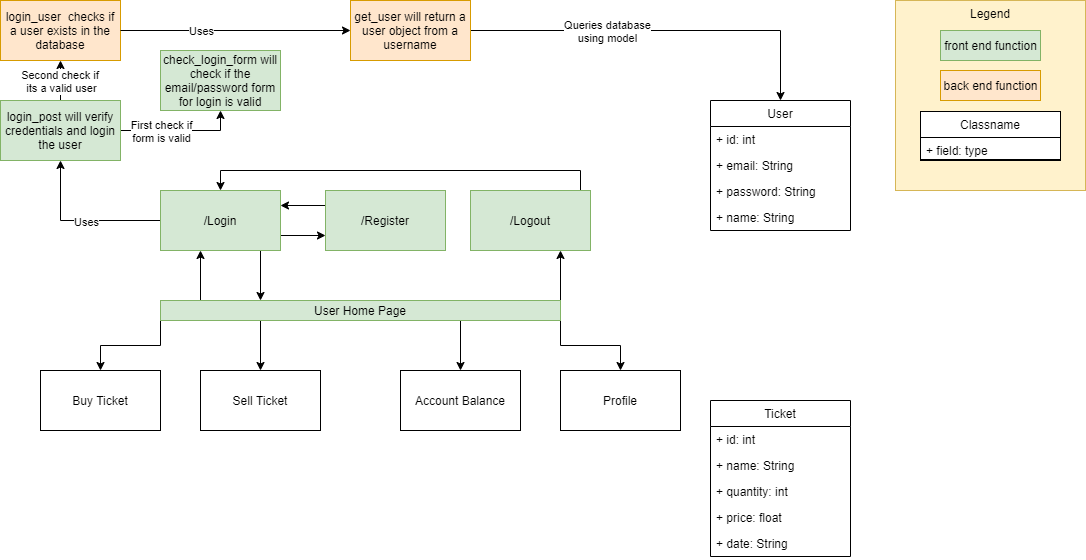
This is Design_Diagram.png from awebsters/SeetGeak-Quality-Assurance-Example, a draw.io export, as it was before one commit. Source tidied: cells renumbered, new cells last; positions are measured from the earlier drawing's top-left corner, leaving out a move shared by most shapes.
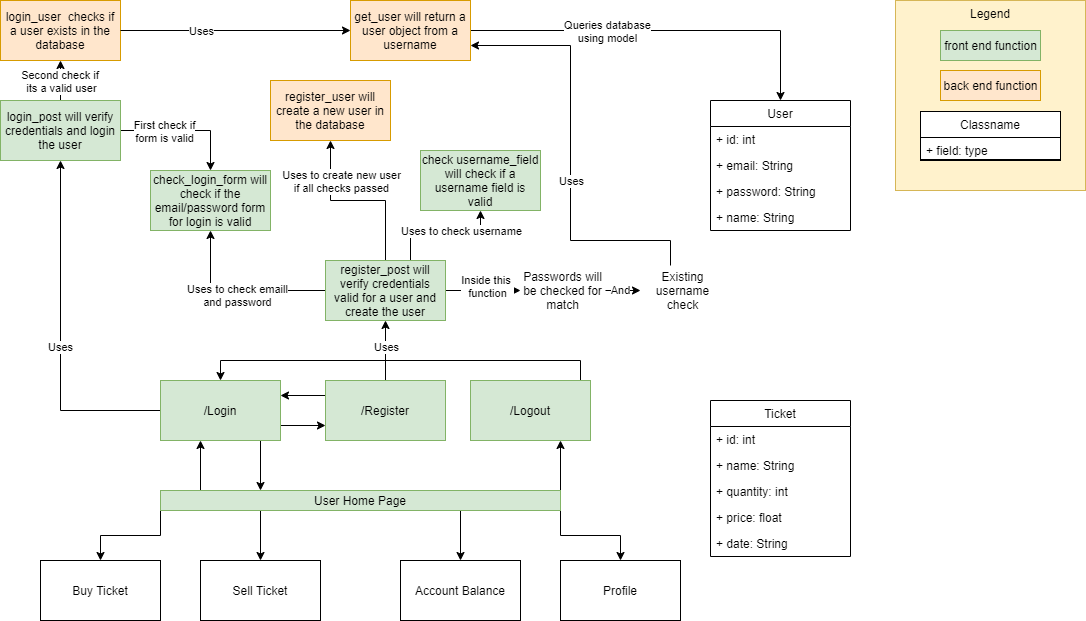
The same file after the commit.

Change to the diagram source:
```diff
@@ -11,12 +11,14 @@
     <mxCell id="4" style="edgeStyle=orthogonalEdgeStyle;rounded=0;jettySize=auto;html=1;exitX=0.25;exitY=0;exitDx=0;exitDy=0;" parent="1" edge="1" source="10" target="15">
       <mxGeometry relative="1" as="geometry">
         <Array as="points">
-          <mxPoint x="200" y="300" />
+          <mxPoint x="200" y="490" />
         </Array>
       </mxGeometry>
     </mxCell>
-    <mxCell id="5" style="edgeStyle=orthogonalEdgeStyle;rounded=0;jettySize=auto;html=1;exitX=0;exitY=1;exitDx=0;exitDy=0;entryX=0.5;entryY=0;entryDx=0;entryDy=0;" parent="1" edge="1" source="10" target="20">
-      <mxGeometry relative="1" as="geometry" />
+    <mxCell id="5" style="edgeStyle=orthogonalEdgeStyle;rounded=0;jettySize=auto;html=1;exitX=0;exitY=1;exitDx=0;exitDy=0;entryX=0.5;entryY=0;entryDx=0;entryDy=0;" parent="1" edge="1" source="10">
+      <mxGeometry relative="1" as="geometry">
+        <mxPoint x="100" y="560" as="targetPoint" />
+      </mxGeometry>
     </mxCell>
     <mxCell id="6" style="edgeStyle=orthogonalEdgeStyle;rounded=0;jettySize=auto;html=1;exitX=0.25;exitY=1;exitDx=0;exitDy=0;entryX=0.5;entryY=0;entryDx=0;entryDy=0;" parent="1" edge="1" source="10" target="21">
       <mxGeometry relative="1" as="geometry" />
@@ -31,12 +33,12 @@
       <mxGeometry relative="1" as="geometry" />
     </mxCell>
     <mxCell id="10" value="User Home Page" style="rounded=0;whiteSpace=wrap;html=1;fillColor=#d5e8d4;strokeColor=#82b366;" parent="1" vertex="1">
-      <mxGeometry x="160" y="300" width="400" height="20" as="geometry" />
+      <mxGeometry x="160" y="490" width="400" height="20" as="geometry" />
     </mxCell>
     <mxCell id="11" style="edgeStyle=orthogonalEdgeStyle;rounded=0;jettySize=auto;html=1;exitX=0.75;exitY=1;exitDx=0;exitDy=0;entryX=0.25;entryY=0;entryDx=0;entryDy=0;" parent="1" edge="1" source="15" target="10">
       <mxGeometry relative="1" as="geometry">
         <Array as="points">
-          <mxPoint x="260" y="250" />
+          <mxPoint x="260" y="440" />
         </Array>
       </mxGeometry>
     </mxCell>
@@ -50,39 +52,51 @@
       <mxGeometry x="-0.06" y="1" relative="1" as="geometry" />
     </mxCell>
     <mxCell id="15" value="/Login" style="rounded=0;whiteSpace=wrap;html=1;fillColor=#d5e8d4;strokeColor=#82b366;" parent="1" vertex="1">
-      <mxGeometry x="160" y="190" width="120" height="60" as="geometry" />
+      <mxGeometry x="160" y="380" width="120" height="60" as="geometry" />
     </mxCell>
     <mxCell id="16" style="edgeStyle=orthogonalEdgeStyle;rounded=0;jettySize=auto;html=1;exitX=0;exitY=0.25;exitDx=0;exitDy=0;entryX=1;entryY=0.25;entryDx=0;entryDy=0;" parent="1" edge="1" source="17" target="15">
       <mxGeometry relative="1" as="geometry" />
     </mxCell>
+    <mxCell id="51" style="edgeStyle=orthogonalEdgeStyle;rounded=0;jettySize=auto;html=1;entryX=0.5;entryY=1;entryDx=0;entryDy=0;" parent="1" edge="1" source="17" target="61">
+      <mxGeometry relative="1" as="geometry" />
+    </mxCell>
+    <mxCell id="52" value="Uses" style="edgeLabel;html=1;align=center;verticalAlign=middle;" parent="51" vertex="1">
+      <mxGeometry x="-0.25" relative="1" as="geometry">
+        <mxPoint y="-12" as="offset" />
+      </mxGeometry>
+    </mxCell>
     <mxCell id="17" value="/Register" style="rounded=0;whiteSpace=wrap;html=1;fillColor=#d5e8d4;strokeColor=#82b366;" parent="1" vertex="1">
-      <mxGeometry x="325" y="190" width="120" height="60" as="geometry" />
+      <mxGeometry x="325" y="380" width="120" height="60" as="geometry" />
     </mxCell>
     <mxCell id="18" style="edgeStyle=orthogonalEdgeStyle;rounded=0;jettySize=auto;html=1;entryX=0.5;entryY=0;entryDx=0;entryDy=0;" parent="1" edge="1" source="19" target="15">
       <mxGeometry relative="1" as="geometry">
         <Array as="points">
-          <mxPoint x="580" y="170" />
-          <mxPoint x="220" y="170" />
+          <mxPoint x="580" y="360" />
+          <mxPoint x="220" y="360" />
         </Array>
       </mxGeometry>
     </mxCell>
     <mxCell id="19" value="/Logout" style="rounded=0;whiteSpace=wrap;html=1;fillColor=#d5e8d4;strokeColor=#82b366;" parent="1" vertex="1">
-      <mxGeometry x="470" y="190" width="120" height="60" as="geometry" />
+      <mxGeometry x="470" y="380" width="120" height="60" as="geometry" />
     </mxCell>
     <mxCell id="20" value="Buy Ticket" style="rounded=0;whiteSpace=wrap;html=1;" parent="1" vertex="1">
-      <mxGeometry x="40" y="370" width="120" height="60" as="geometry" />
+      <mxGeometry x="40" y="560" width="120" height="60" as="geometry" />
     </mxCell>
     <mxCell id="21" value="Sell Ticket" style="rounded=0;whiteSpace=wrap;html=1;" parent="1" vertex="1">
-      <mxGeometry x="200" y="370" width="120" height="60" as="geometry" />
+      <mxGeometry x="200" y="560" width="120" height="60" as="geometry" />
     </mxCell>
     <mxCell id="22" value="Account Balance" style="rounded=0;whiteSpace=wrap;html=1;" parent="1" vertex="1">
-      <mxGeometry x="400" y="370" width="120" height="60" as="geometry" />
+      <mxGeometry x="400" y="560" width="120" height="60" as="geometry" />
     </mxCell>
     <mxCell id="23" value="Profile" style="rounded=0;whiteSpace=wrap;html=1;" parent="1" vertex="1">
-      <mxGeometry x="560" y="370" width="120" height="60" as="geometry" />
+      <mxGeometry x="560" y="560" width="120" height="60" as="geometry" />
     </mxCell>
-    <mxCell id="24" style="edgeStyle=orthogonalEdgeStyle;rounded=0;jettySize=auto;html=1;entryX=0.5;entryY=1;entryDx=0;entryDy=0;" parent="1" edge="1" source="28" target="32">
-      <mxGeometry relative="1" as="geometry" />
+    <mxCell id="24" style="edgeStyle=orthogonalEdgeStyle;rounded=0;jettySize=auto;html=1;entryX=0.5;entryY=0;entryDx=0;entryDy=0;" parent="1" edge="1" source="28" target="32">
+      <mxGeometry relative="1" as="geometry">
+        <Array as="points">
+          <mxPoint x="210" y="130" />
+        </Array>
+      </mxGeometry>
     </mxCell>
     <mxCell id="25" value="First check if&lt;br&gt;form is valid" style="edgeLabel;html=1;align=center;verticalAlign=middle;" parent="24" vertex="1">
       <mxGeometry x="-0.33" y="2" relative="1" as="geometry">
@@ -116,7 +130,7 @@
       <mxGeometry width="120" height="60" as="geometry" />
     </mxCell>
     <mxCell id="32" value="check_login_form will check if the email/password form for login is valid" style="rounded=0;whiteSpace=wrap;html=1;fillColor=#d5e8d4;strokeColor=#82b366;" parent="1" vertex="1">
-      <mxGeometry x="160" y="50" width="120" height="60" as="geometry" />
+      <mxGeometry x="150" y="170" width="120" height="60" as="geometry" />
     </mxCell>
     <mxCell id="33" value="User" style="swimlane;fontStyle=0;horizontal=1;startSize=26;fillColor=none;" parent="1" vertex="1">
       <mxGeometry x="710" y="100" width="140" height="130" as="geometry" />
@@ -174,5 +188,77 @@
     <mxCell id="50" value="+ field: type" style="text;align=left;verticalAlign=top;spacingLeft=4;spacingRight=4;overflow=hidden;fillColor=none;" parent="49" vertex="1">
       <mxGeometry y="26" width="140" height="22" as="geometry" />
     </mxCell>
+    <mxCell id="53" style="edgeStyle=orthogonalEdgeStyle;rounded=0;jettySize=auto;html=1;entryX=0;entryY=0.5;entryDx=0;entryDy=0;" parent="1" edge="1" source="61" target="64">
+      <mxGeometry relative="1" as="geometry" />
+    </mxCell>
+    <mxCell id="54" value="Inside this &lt;br&gt;function" style="edgeLabel;html=1;align=center;verticalAlign=middle;" parent="53" vertex="1">
+      <mxGeometry x="-0.42" y="13" relative="1" as="geometry">
+        <mxPoint x="19" y="8" as="offset" />
+      </mxGeometry>
+    </mxCell>
+    <mxCell id="55" style="edgeStyle=orthogonalEdgeStyle;rounded=0;jettySize=auto;html=1;entryX=0.5;entryY=1;entryDx=0;entryDy=0;" parent="1" edge="1" source="61" target="32">
+      <mxGeometry relative="1" as="geometry" />
+    </mxCell>
+    <mxCell id="56" value="Uses to check emaill&lt;br&gt;and password" style="edgeLabel;html=1;align=center;verticalAlign=middle;" parent="55" vertex="1">
+      <mxGeometry x="0.02" y="4" relative="1" as="geometry" />
+    </mxCell>
+    <mxCell id="57" style="edgeStyle=orthogonalEdgeStyle;rounded=0;jettySize=auto;html=1;" parent="1" edge="1" source="61" target="65">
+      <mxGeometry relative="1" as="geometry">
+        <Array as="points">
+          <mxPoint x="410" y="235" />
+          <mxPoint x="480" y="235" />
+        </Array>
+      </mxGeometry>
+    </mxCell>
+    <mxCell id="58" value="Uses to check username" style="edgeLabel;html=1;align=center;verticalAlign=middle;" parent="57" vertex="1">
+      <mxGeometry x="-0.24" y="3" relative="1" as="geometry">
+        <mxPoint x="29" y="-2" as="offset" />
+      </mxGeometry>
+    </mxCell>
+    <mxCell id="59" style="edgeStyle=orthogonalEdgeStyle;rounded=0;jettySize=auto;html=1;entryX=0.5;entryY=1;entryDx=0;entryDy=0;" parent="1" edge="1" source="61" target="69">
+      <mxGeometry relative="1" as="geometry" />
+    </mxCell>
+    <mxCell id="60" value="Uses to create new user&lt;br&gt;if all checks passed" style="edgeLabel;html=1;align=center;verticalAlign=middle;" parent="59" vertex="1">
+      <mxGeometry x="0.36" y="-8" relative="1" as="geometry">
+        <mxPoint x="2" y="-16" as="offset" />
+      </mxGeometry>
+    </mxCell>
+    <mxCell id="61" value="register_post will verify credentials valid for a user and create the user" style="rounded=0;whiteSpace=wrap;html=1;fillColor=#d5e8d4;strokeColor=#82b366;" parent="1" vertex="1">
+      <mxGeometry x="325" y="260" width="120" height="60" as="geometry" />
+    </mxCell>
+    <mxCell id="62" style="edgeStyle=orthogonalEdgeStyle;rounded=0;jettySize=auto;html=1;entryX=0;entryY=0.5;entryDx=0;entryDy=0;" parent="1" edge="1" source="64" target="68">
+      <mxGeometry relative="1" as="geometry" />
+    </mxCell>
+    <mxCell id="63" value="And" style="edgeLabel;html=1;align=center;verticalAlign=middle;" parent="62" vertex="1">
+      <mxGeometry x="-0.46" y="-24" relative="1" as="geometry">
+        <mxPoint x="2.5" y="-25" as="offset" />
+      </mxGeometry>
+    </mxCell>
+    <mxCell id="64" value="Passwords will be checked for match" style="text;html=1;strokeColor=none;fillColor=none;align=center;verticalAlign=middle;whiteSpace=wrap;rounded=0;" parent="1" vertex="1">
+      <mxGeometry x="520" y="265" width="85" height="50" as="geometry" />
+    </mxCell>
+    <mxCell id="65" value="check username_field will check if a username field is valid" style="rounded=0;whiteSpace=wrap;html=1;fillColor=#d5e8d4;strokeColor=#82b366;" parent="1" vertex="1">
+      <mxGeometry x="420" y="150" width="120" height="60" as="geometry" />
+    </mxCell>
+    <mxCell id="66" style="edgeStyle=orthogonalEdgeStyle;rounded=0;jettySize=auto;html=1;entryX=1;entryY=0.75;entryDx=0;entryDy=0;" parent="1" edge="1" source="68" target="38">
+      <mxGeometry relative="1" as="geometry">
+        <Array as="points">
+          <mxPoint x="670" y="240" />
+          <mxPoint x="570" y="240" />
+          <mxPoint x="570" y="45" />
+        </Array>
+      </mxGeometry>
+    </mxCell>
+    <mxCell id="67" value="Uses" style="edgeLabel;html=1;align=center;verticalAlign=middle;" parent="66" vertex="1">
+      <mxGeometry x="-0.12" y="1" relative="1" as="geometry">
+        <mxPoint x="1" as="offset" />
+      </mxGeometry>
+    </mxCell>
+    <mxCell id="68" value="Existing username check" style="text;html=1;strokeColor=none;fillColor=none;align=center;verticalAlign=middle;whiteSpace=wrap;rounded=0;" parent="1" vertex="1">
+      <mxGeometry x="640" y="265" width="85" height="50" as="geometry" />
+    </mxCell>
+    <mxCell id="69" value="register_user will create a new user in the database" style="rounded=0;whiteSpace=wrap;html=1;fillColor=#ffe6cc;strokeColor=#d79b00;" parent="1" vertex="1">
+      <mxGeometry x="270" y="80" width="120" height="60" as="geometry" />
+    </mxCell>
   </root>
 </mxGraphModel>
```
